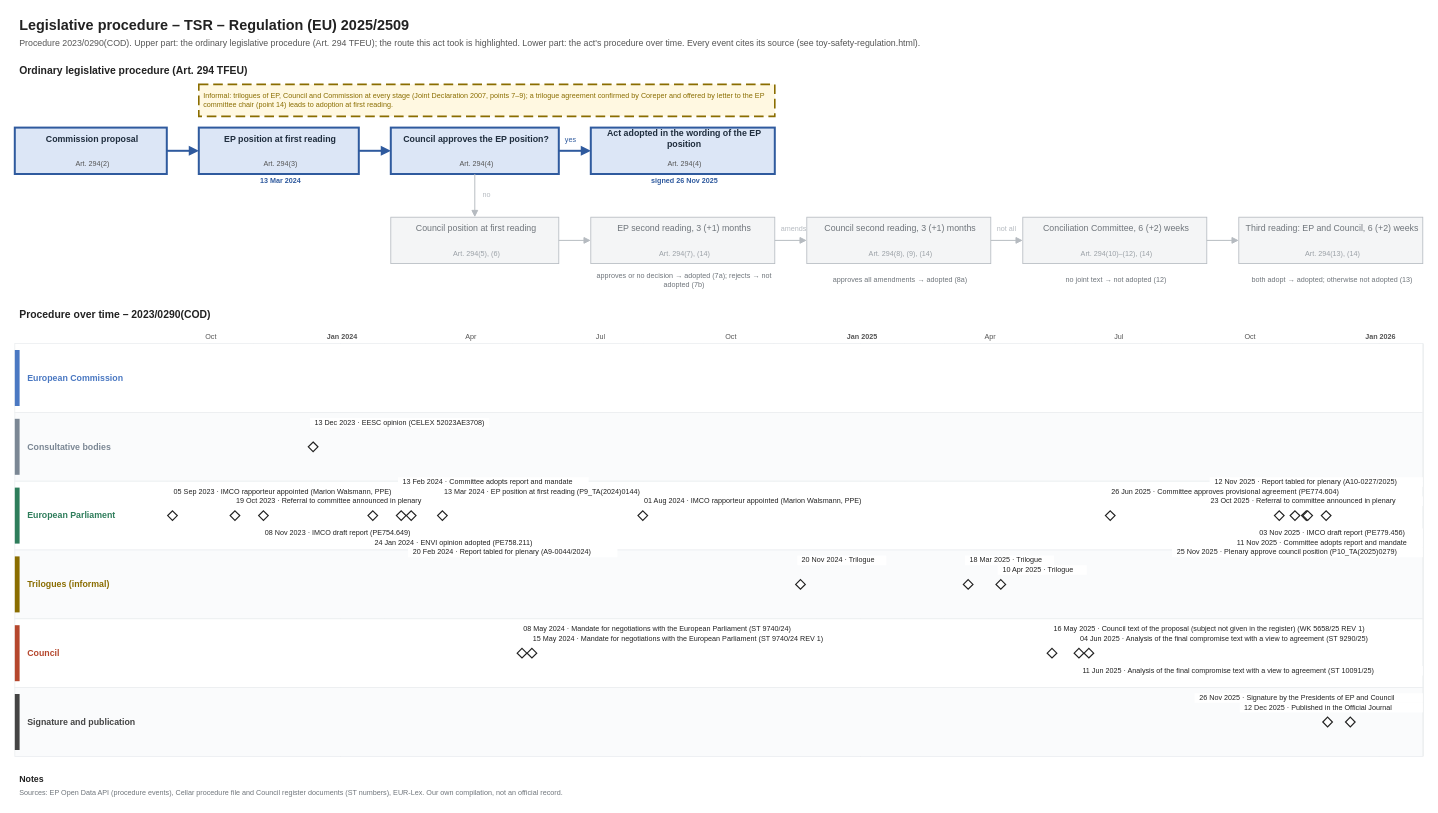
The draw.io diagram procedures/toy-safety-regulation.drawio in git-z0man/eu-regulation-timeline, before the edit. Source tidied: cells renumbered, new cells numbered last; positions are measured from the earlier drawing's top-left corner, leaving out a move shared by most shapes. Both pictures are drawn from the tidied source at 80%, with x=0, y=0 at pixel (14, 14).
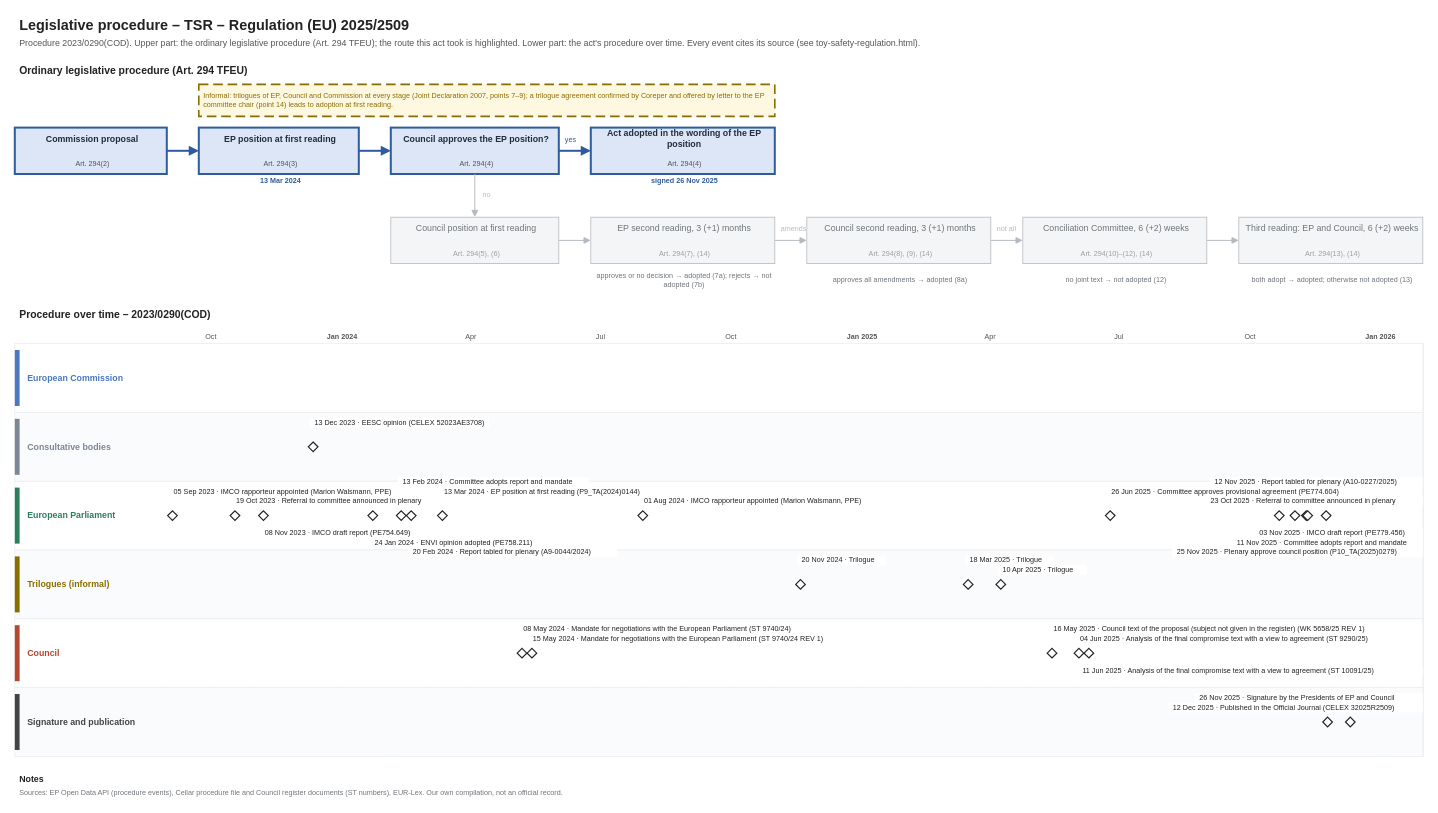
The same page after the edit.

Diff of the diagram source:
```diff
@@
-    <mxCell id="160" value="12 Dec 2025 · Published in the Official Journal" style="text;html=1;fontSize=9;fontColor=#222222;align=left;verticalAlign=middle;spacingLeft=4;fillColor=#ffffff;" parent="1" vertex="1">
-      <mxGeometry x="1531.1" y="861" width="228.9" height="12" as="geometry" />
+    <mxCell id="160" value="12 Dec 2025 · Published in the Official Journal (CELEX 32025R2509)" style="text;html=1;fontSize=9;fontColor=#222222;align=left;verticalAlign=middle;spacingLeft=4;fillColor=#ffffff;" parent="1" vertex="1">
+      <mxGeometry x="1441.8" y="861" width="318.2" height="12" as="geometry" />
     </mxCell>
```
